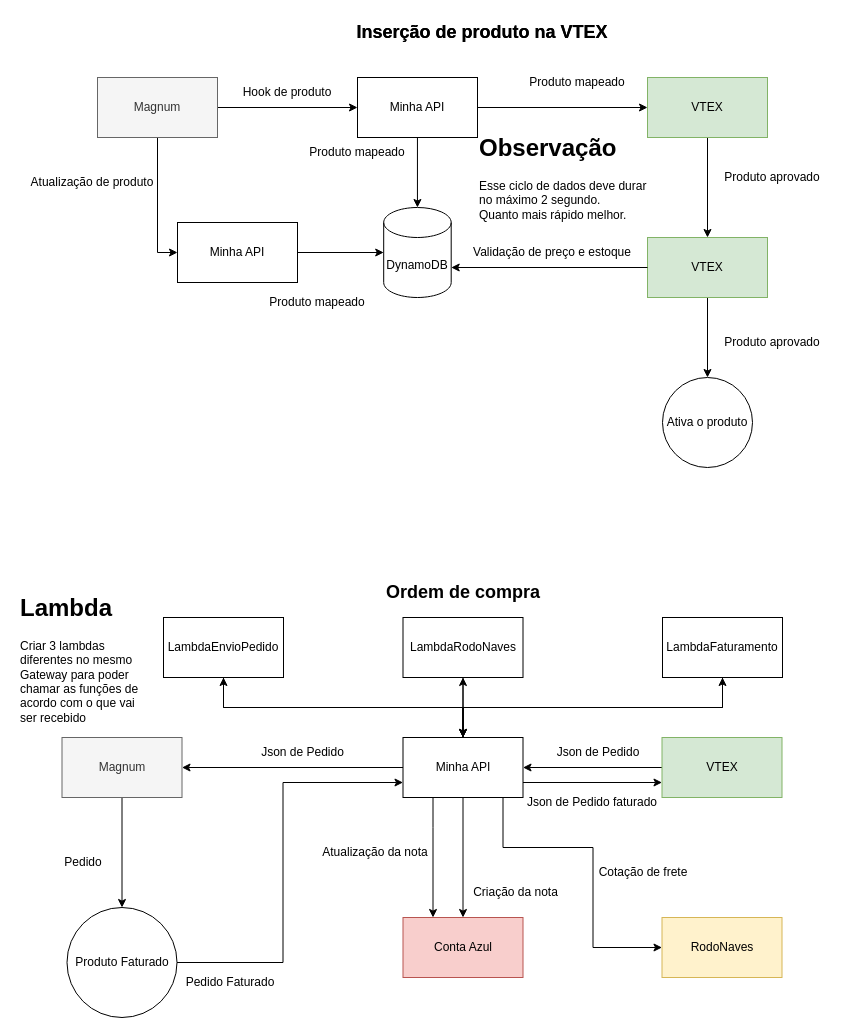
This is fluxo-tech-magnum.drawio from GustavoOliveira11/flowcharts, a draw.io file, before an edit. Source tidied: cells renumbered, new cells numbered last; positions are measured from the earlier drawing's top-left corner, leaving out a move shared by most shapes. Both pictures are drawn from the tidied source at 100%, with x=0, y=0 at pixel (17, 17).
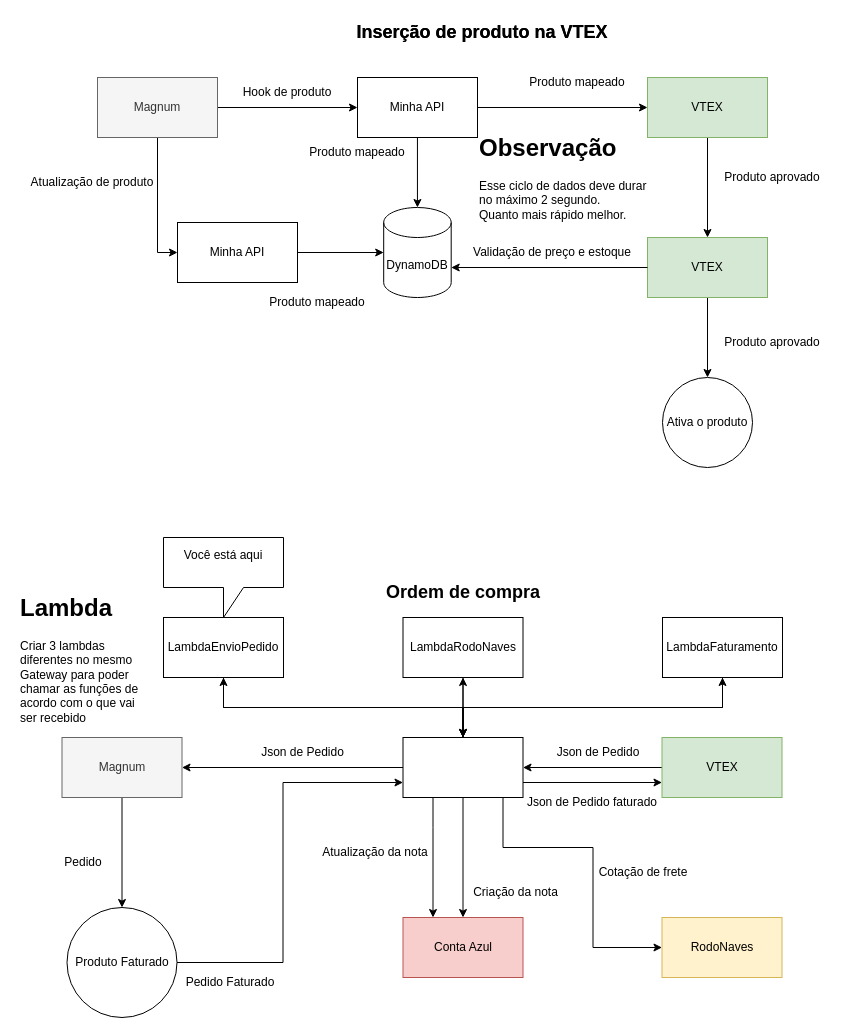
The same page after the edit.

What changed in the source:
```diff
@@
-    <mxCell id="39" value="Minha API" style="rounded=0;whiteSpace=wrap;html=1;" parent="1" vertex="1">
+    <mxCell id="39" value=" " style="rounded=0;whiteSpace=wrap;html=1;" parent="1" vertex="1">
       <mxGeometry x="385.5" y="720" width="120" height="60" as="geometry" />
     </mxCell>
@@
+    <mxCell id="61" value="Você está aqui&lt;div&gt;&lt;br&gt;&lt;/div&gt;" style="shape=callout;whiteSpace=wrap;html=1;perimeter=calloutPerimeter;" parent="1" vertex="1">
+      <mxGeometry x="146" y="520" width="120" height="80" as="geometry" />
+    </mxCell>
```
